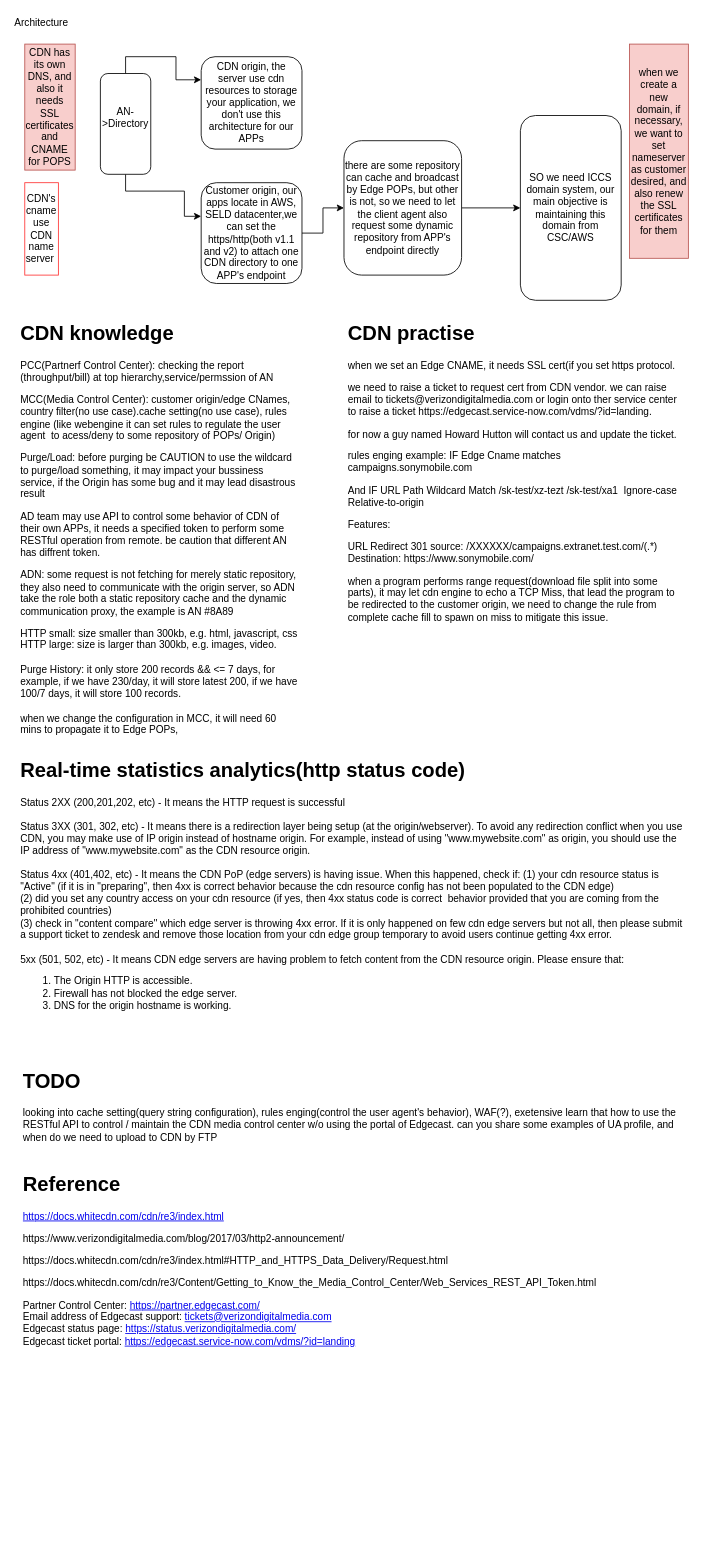
Above: CDN learning.drawio in anoyo-lin/domain-cdn-learning (draw.io), before the change. Source tidied: cells renumbered, new cells numbered last; positions are measured from the earlier drawing's top-left corner, leaving out a move shared by most shapes. Both pictures are drawn from the tidied source at 84%, with x=0, y=0 at pixel (16, 14).
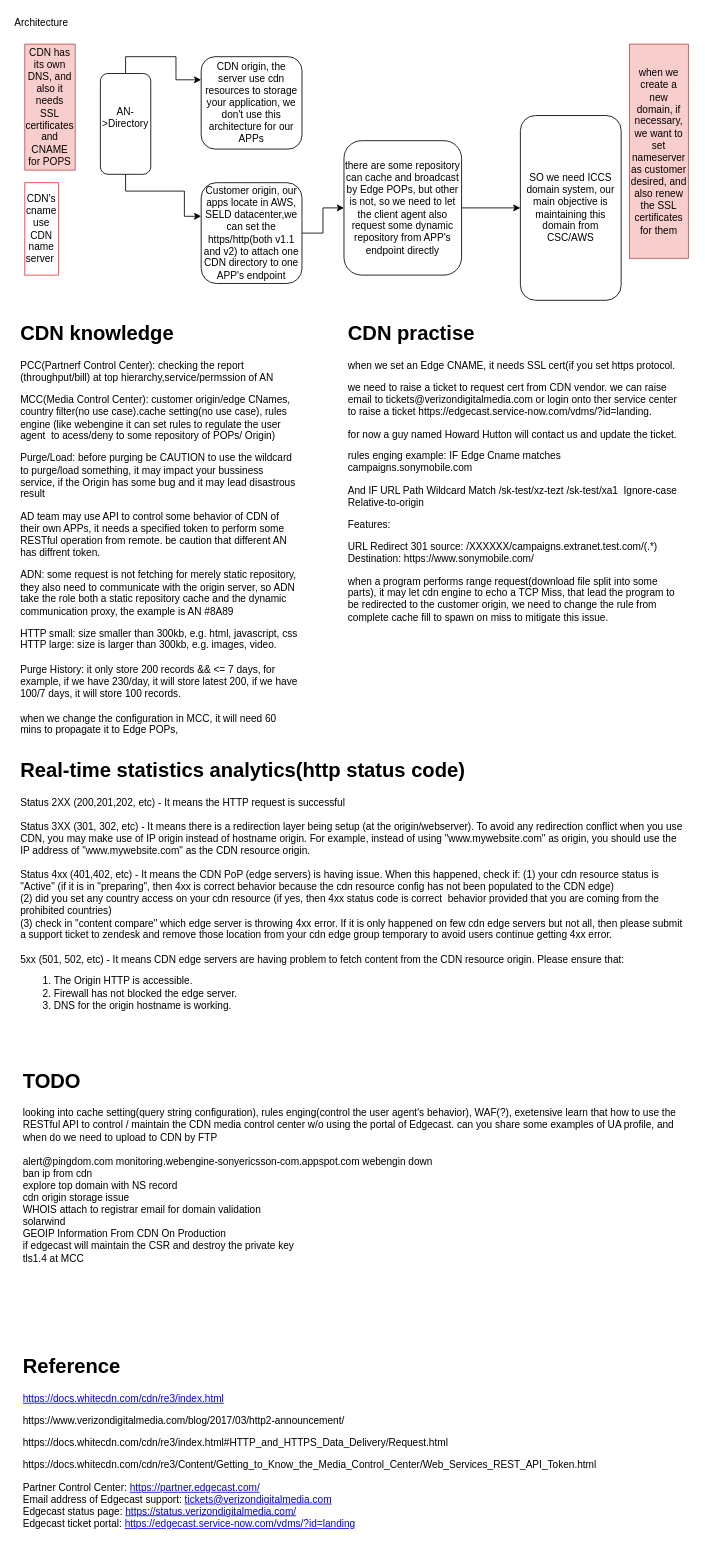
Above is the later version.

Change to the diagram source:
```diff
@@
-    <mxCell id="17" value="&lt;h1&gt;TODO&lt;/h1&gt;&lt;div&gt;looking into cache setting(query string configuration), rules enging(control the user agent's behavior), WAF(?), exetensive learn that how to use the RESTful API to control / maintain the CDN media control center w/o using the portal of Edgecast. can you share some examples of UA profile, and when do we need to upload to CDN by FTP&lt;/div&gt;" style="text;html=1;strokeColor=none;fillColor=none;spacing=5;spacingTop=-20;whiteSpace=wrap;overflow=hidden;rounded=0;" parent="1" vertex="1">
-      <mxGeometry x="3" y="1250" width="800" height="120" as="geometry" />
+    <mxCell id="17" value="&lt;h1&gt;TODO&lt;/h1&gt;&lt;div&gt;looking into cache setting(query string configuration), rules enging(control the user agent's behavior), WAF(?), exetensive learn that how to use the RESTful API to control / maintain the CDN media control center w/o using the portal of Edgecast. can you share some examples of UA profile, and when do we need to upload to CDN by FTP&lt;/div&gt;&lt;div&gt;&lt;br&gt;&lt;/div&gt;&lt;div&gt;&lt;div&gt;alert@pingdom.com monitoring.webengine-sonyericsson-com.appspot.com webengin down&lt;/div&gt;&lt;div&gt;ban ip from cdn&lt;/div&gt;&lt;div&gt;explore top domain with NS record&lt;/div&gt;&lt;div&gt;cdn origin storage issue&lt;/div&gt;&lt;div&gt;WHOIS attach to registrar email for domain validation&lt;/div&gt;&lt;div&gt;solarwind&lt;/div&gt;&lt;div&gt;GEOIP Information From CDN On Production&lt;/div&gt;&lt;div&gt;if edgecast will maintain the CSR and destroy the private key&lt;/div&gt;&lt;div&gt;tls1.4 at MCC&lt;/div&gt;&lt;/div&gt;" style="text;html=1;strokeColor=none;fillColor=none;spacing=5;spacingTop=-20;whiteSpace=wrap;overflow=hidden;rounded=0;" parent="1" vertex="1">
+      <mxGeometry x="3" y="1250" width="800" height="260" as="geometry" />
     </mxCell>
     <mxCell id="18" value="&lt;h1&gt;Reference&lt;/h1&gt;&lt;p&gt;&lt;a href=&quot;https://docs.whitecdn.com/cdn/re3/index.html&quot;&gt;https://docs.whitecdn.com/cdn/re3/index.html&lt;/a&gt;&lt;br&gt;&lt;/p&gt;&lt;p&gt;https://www.verizondigitalmedia.com/blog/2017/03/http2-announcement/&lt;br&gt;&lt;/p&gt;&lt;p&gt;https://docs.whitecdn.com/cdn/re3/index.html#HTTP_and_HTTPS_Data_Delivery/Request.html&lt;br&gt;&lt;/p&gt;&lt;p&gt;https://docs.whitecdn.com/cdn/re3/Content/Getting_to_Know_the_Media_Control_Center/Web_Services_REST_API_Token.html&lt;br&gt;&lt;/p&gt;&lt;div&gt;&lt;span&gt;Partner Control Center: &lt;/span&gt;&lt;a href=&quot;https://partner.edgecast.com/&quot;&gt;&lt;span&gt;https://partner.edgecast.com/&lt;/span&gt;&lt;/a&gt;&lt;/div&gt;&lt;div&gt;&lt;span&gt;Email address of Edgecast support: &lt;/span&gt;&lt;a href=&quot;mailto:tickets@verizondigitalmedia.com&quot;&gt;&lt;span&gt;tickets@verizondigitalmedia.com&lt;/span&gt;&lt;/a&gt;&lt;/div&gt;&lt;div&gt;&lt;span&gt;Edgecast status page: &lt;/span&gt;&lt;a href=&quot;https://status.verizondigitalmedia.com/&quot;&gt;&lt;span&gt;https://status.verizondigitalmedia.com/&lt;/span&gt;&lt;/a&gt;&lt;/div&gt;&lt;div&gt;&lt;span&gt;Edgecast ticket portal: &lt;/span&gt;&lt;a href=&quot;https://edgecast.service-now.com/vdms/?id=landing&quot;&gt;&lt;span&gt;https://edgecast.service-now.com/vdms/?id=landing&lt;/span&gt;&lt;/a&gt;&lt;/div&gt;" style="text;html=1;strokeColor=none;fillColor=none;spacing=5;spacingTop=-20;whiteSpace=wrap;overflow=hidden;rounded=0;" parent="1" vertex="1">
-      <mxGeometry x="3" y="1373" width="800" height="227" as="geometry" />
+      <mxGeometry x="3" y="1590" width="800" height="227" as="geometry" />
     </mxCell>
```
